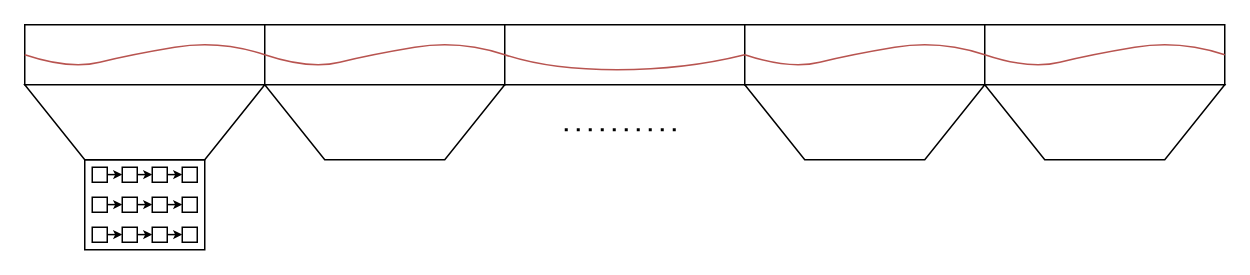
hzb29/hzb29 keeps this draw.io diagram as Causal.drawio. Above is the earlier version. Source tidied: cells renumbered, new cells numbered last; positions are measured from the earlier drawing's top-left corner, leaving out a move shared by most shapes. Both pictures are drawn from the tidied source at 150%, with x=0, y=0 at pixel (24, 24).
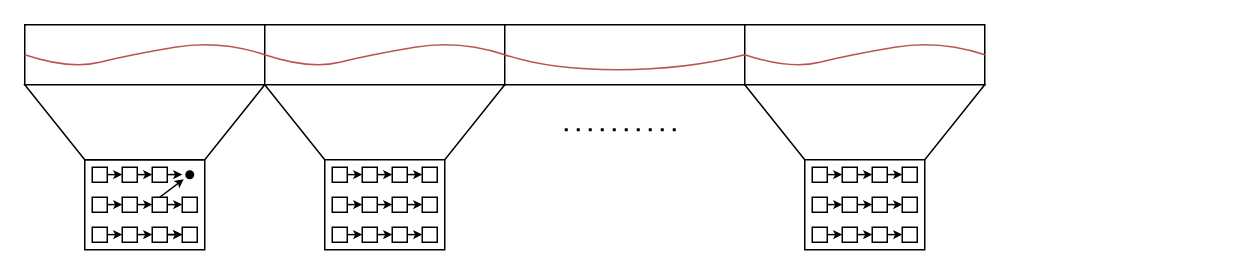
The same page after the edit.

Unchanged cells that the change refers to:
```xml
<mxCell id="24" style="rounded=0;whiteSpace=wrap;html=1;" parent="1" vertex="1">
  <mxGeometry x="85" y="115" width="10" height="10" as="geometry" />
</mxCell>
```

Change to the diagram source:
```diff
@@
-    <mxCell id="6" style="rounded=0;whiteSpace=wrap;html=1;" parent="1" vertex="1">
-      <mxGeometry x="640" width="160" height="40" as="geometry" />
-    </mxCell>
@@
-    <mxCell id="11" style="curved=1;endArrow=none;html=1;rounded=0;startFill=0;entryX=0;entryY=0.5;entryDx=0;entryDy=0;fillColor=#f8cecc;strokeColor=#b85450;" parent="1" edge="1">
-      <mxGeometry relative="1" as="geometry">
-        <mxPoint x="640" y="20" as="sourcePoint" />
-        <mxPoint x="800" y="20" as="targetPoint" />
-        <Array as="points">
-          <mxPoint x="670" y="30" />
-          <mxPoint x="710" y="20" />
-          <mxPoint x="770" y="10" />
-        </Array>
-      </mxGeometry>
-    </mxCell>
@@
-    <mxCell id="16" style="shape=trapezoid;perimeter=trapezoidPerimeter;whiteSpace=wrap;html=1;fixedSize=1;rotation=-180;size=40;" parent="1" vertex="1">
-      <mxGeometry x="640" y="40" width="160" height="50" as="geometry" />
-    </mxCell>
@@
-    <mxCell id="21" style="rounded=0;whiteSpace=wrap;html=1;" parent="1" vertex="1">
-      <mxGeometry x="105" y="95" width="10" height="10" as="geometry" />
-    </mxCell>
@@
+    <mxCell id="39" style="rounded=0;whiteSpace=wrap;html=1;" parent="1" vertex="1">
+      <mxGeometry x="200" y="90" width="80" height="60" as="geometry" />
+    </mxCell>
+    <mxCell id="40" style="rounded=0;whiteSpace=wrap;html=1;" parent="1" vertex="1">
+      <mxGeometry x="205" y="95" width="10" height="10" as="geometry" />
+    </mxCell>
+    <mxCell id="41" style="rounded=0;whiteSpace=wrap;html=1;" parent="1" vertex="1">
+      <mxGeometry x="225" y="95" width="10" height="10" as="geometry" />
+    </mxCell>
+    <mxCell id="42" style="rounded=0;whiteSpace=wrap;html=1;" parent="1" vertex="1">
+      <mxGeometry x="245" y="95" width="10" height="10" as="geometry" />
+    </mxCell>
+    <mxCell id="43" style="rounded=0;whiteSpace=wrap;html=1;" parent="1" vertex="1">
+      <mxGeometry x="265" y="95" width="10" height="10" as="geometry" />
+    </mxCell>
+    <mxCell id="44" style="rounded=0;whiteSpace=wrap;html=1;" parent="1" vertex="1">
+      <mxGeometry x="205" y="115" width="10" height="10" as="geometry" />
+    </mxCell>
+    <mxCell id="45" style="rounded=0;whiteSpace=wrap;html=1;" parent="1" vertex="1">
+      <mxGeometry x="225" y="115" width="10" height="10" as="geometry" />
+    </mxCell>
+    <mxCell id="46" style="rounded=0;whiteSpace=wrap;html=1;" parent="1" vertex="1">
+      <mxGeometry x="245" y="115" width="10" height="10" as="geometry" />
+    </mxCell>
+    <mxCell id="47" style="rounded=0;whiteSpace=wrap;html=1;" parent="1" vertex="1">
+      <mxGeometry x="265" y="115" width="10" height="10" as="geometry" />
+    </mxCell>
+    <mxCell id="48" style="rounded=0;whiteSpace=wrap;html=1;" parent="1" vertex="1">
+      <mxGeometry x="205" y="135" width="10" height="10" as="geometry" />
+    </mxCell>
+    <mxCell id="49" style="rounded=0;whiteSpace=wrap;html=1;" parent="1" vertex="1">
+      <mxGeometry x="225" y="135" width="10" height="10" as="geometry" />
+    </mxCell>
+    <mxCell id="50" style="rounded=0;whiteSpace=wrap;html=1;" parent="1" vertex="1">
+      <mxGeometry x="245" y="135" width="10" height="10" as="geometry" />
+    </mxCell>
+    <mxCell id="51" style="rounded=0;whiteSpace=wrap;html=1;" parent="1" vertex="1">
+      <mxGeometry x="265" y="135" width="10" height="10" as="geometry" />
+    </mxCell>
+    <mxCell id="52" style="endArrow=classic;html=1;rounded=0;endSize=3;startSize=3;" parent="1" edge="1">
+      <mxGeometry relative="1" as="geometry">
+        <mxPoint x="255" y="119.9" as="sourcePoint" />
+        <mxPoint x="265" y="119.9" as="targetPoint" />
+      </mxGeometry>
+    </mxCell>
+    <mxCell id="53" style="endArrow=classic;html=1;rounded=0;endSize=3;startSize=3;" parent="1" edge="1">
+      <mxGeometry relative="1" as="geometry">
+        <mxPoint x="255" y="99.9" as="sourcePoint" />
+        <mxPoint x="265" y="99.9" as="targetPoint" />
+      </mxGeometry>
+    </mxCell>
+    <mxCell id="54" style="endArrow=classic;html=1;rounded=0;endSize=3;startSize=3;" parent="1" edge="1">
+      <mxGeometry relative="1" as="geometry">
+        <mxPoint x="255" y="139.9" as="sourcePoint" />
+        <mxPoint x="265" y="139.9" as="targetPoint" />
+      </mxGeometry>
+    </mxCell>
+    <mxCell id="55" style="endArrow=classic;html=1;rounded=0;endSize=3;startSize=3;" parent="1" edge="1">
+      <mxGeometry relative="1" as="geometry">
+        <mxPoint x="235" y="119.9" as="sourcePoint" />
+        <mxPoint x="245" y="119.9" as="targetPoint" />
+      </mxGeometry>
+    </mxCell>
+    <mxCell id="56" style="endArrow=classic;html=1;rounded=0;endSize=3;startSize=3;" parent="1" edge="1">
+      <mxGeometry relative="1" as="geometry">
+        <mxPoint x="235" y="99.9" as="sourcePoint" />
+        <mxPoint x="245" y="99.9" as="targetPoint" />
+      </mxGeometry>
+    </mxCell>
+    <mxCell id="57" style="endArrow=classic;html=1;rounded=0;endSize=3;startSize=3;" parent="1" edge="1">
+      <mxGeometry relative="1" as="geometry">
+        <mxPoint x="215" y="99.9" as="sourcePoint" />
+        <mxPoint x="225" y="99.9" as="targetPoint" />
+      </mxGeometry>
+    </mxCell>
+    <mxCell id="58" style="endArrow=classic;html=1;rounded=0;endSize=3;startSize=3;" parent="1" edge="1">
+      <mxGeometry relative="1" as="geometry">
+        <mxPoint x="215" y="119.9" as="sourcePoint" />
+        <mxPoint x="225" y="119.9" as="targetPoint" />
+      </mxGeometry>
+    </mxCell>
+    <mxCell id="59" style="endArrow=classic;html=1;rounded=0;endSize=3;startSize=3;" parent="1" edge="1">
+      <mxGeometry relative="1" as="geometry">
+        <mxPoint x="235" y="139.9" as="sourcePoint" />
+        <mxPoint x="245" y="139.9" as="targetPoint" />
+      </mxGeometry>
+    </mxCell>
+    <mxCell id="60" style="endArrow=classic;html=1;rounded=0;endSize=3;startSize=3;" parent="1" edge="1">
+      <mxGeometry relative="1" as="geometry">
+        <mxPoint x="215" y="139.9" as="sourcePoint" />
+        <mxPoint x="225" y="139.9" as="targetPoint" />
+      </mxGeometry>
+    </mxCell>
+    <mxCell id="61" style="rounded=0;whiteSpace=wrap;html=1;" parent="1" vertex="1">
+      <mxGeometry x="520" y="90" width="80" height="60" as="geometry" />
+    </mxCell>
+    <mxCell id="62" style="rounded=0;whiteSpace=wrap;html=1;" parent="1" vertex="1">
+      <mxGeometry x="525" y="95" width="10" height="10" as="geometry" />
+    </mxCell>
+    <mxCell id="63" style="rounded=0;whiteSpace=wrap;html=1;" parent="1" vertex="1">
+      <mxGeometry x="545" y="95" width="10" height="10" as="geometry" />
+    </mxCell>
+    <mxCell id="64" style="rounded=0;whiteSpace=wrap;html=1;" parent="1" vertex="1">
+      <mxGeometry x="565" y="95" width="10" height="10" as="geometry" />
+    </mxCell>
+    <mxCell id="65" style="rounded=0;whiteSpace=wrap;html=1;" parent="1" vertex="1">
+      <mxGeometry x="585" y="95" width="10" height="10" as="geometry" />
+    </mxCell>
+    <mxCell id="66" style="rounded=0;whiteSpace=wrap;html=1;" parent="1" vertex="1">
+      <mxGeometry x="525" y="115" width="10" height="10" as="geometry" />
+    </mxCell>
+    <mxCell id="67" style="rounded=0;whiteSpace=wrap;html=1;" parent="1" vertex="1">
+      <mxGeometry x="545" y="115" width="10" height="10" as="geometry" />
+    </mxCell>
+    <mxCell id="68" style="rounded=0;whiteSpace=wrap;html=1;" parent="1" vertex="1">
+      <mxGeometry x="565" y="115" width="10" height="10" as="geometry" />
+    </mxCell>
+    <mxCell id="69" style="rounded=0;whiteSpace=wrap;html=1;" parent="1" vertex="1">
+      <mxGeometry x="585" y="115" width="10" height="10" as="geometry" />
+    </mxCell>
+    <mxCell id="70" style="rounded=0;whiteSpace=wrap;html=1;" parent="1" vertex="1">
+      <mxGeometry x="525" y="135" width="10" height="10" as="geometry" />
+    </mxCell>
+    <mxCell id="71" style="rounded=0;whiteSpace=wrap;html=1;" parent="1" vertex="1">
+      <mxGeometry x="545" y="135" width="10" height="10" as="geometry" />
+    </mxCell>
+    <mxCell id="72" style="rounded=0;whiteSpace=wrap;html=1;" parent="1" vertex="1">
+      <mxGeometry x="565" y="135" width="10" height="10" as="geometry" />
+    </mxCell>
+    <mxCell id="73" style="rounded=0;whiteSpace=wrap;html=1;" parent="1" vertex="1">
+      <mxGeometry x="585" y="135" width="10" height="10" as="geometry" />
+    </mxCell>
+    <mxCell id="74" style="endArrow=classic;html=1;rounded=0;endSize=3;startSize=3;" parent="1" edge="1">
+      <mxGeometry relative="1" as="geometry">
+        <mxPoint x="575" y="119.9" as="sourcePoint" />
+        <mxPoint x="585" y="119.9" as="targetPoint" />
+      </mxGeometry>
+    </mxCell>
+    <mxCell id="75" style="endArrow=classic;html=1;rounded=0;endSize=3;startSize=3;" parent="1" edge="1">
+      <mxGeometry relative="1" as="geometry">
+        <mxPoint x="575" y="99.9" as="sourcePoint" />
+        <mxPoint x="585" y="99.9" as="targetPoint" />
+      </mxGeometry>
+    </mxCell>
+    <mxCell id="76" style="endArrow=classic;html=1;rounded=0;endSize=3;startSize=3;" parent="1" edge="1">
+      <mxGeometry relative="1" as="geometry">
+        <mxPoint x="575" y="139.9" as="sourcePoint" />
+        <mxPoint x="585" y="139.9" as="targetPoint" />
+      </mxGeometry>
+    </mxCell>
+    <mxCell id="77" style="endArrow=classic;html=1;rounded=0;endSize=3;startSize=3;" parent="1" edge="1">
+      <mxGeometry relative="1" as="geometry">
+        <mxPoint x="555" y="119.9" as="sourcePoint" />
+        <mxPoint x="565" y="119.9" as="targetPoint" />
+      </mxGeometry>
+    </mxCell>
+    <mxCell id="78" style="endArrow=classic;html=1;rounded=0;endSize=3;startSize=3;" parent="1" edge="1">
+      <mxGeometry relative="1" as="geometry">
+        <mxPoint x="555" y="99.9" as="sourcePoint" />
+        <mxPoint x="565" y="99.9" as="targetPoint" />
+      </mxGeometry>
+    </mxCell>
+    <mxCell id="79" style="endArrow=classic;html=1;rounded=0;endSize=3;startSize=3;" parent="1" edge="1">
+      <mxGeometry relative="1" as="geometry">
+        <mxPoint x="535" y="99.9" as="sourcePoint" />
+        <mxPoint x="545" y="99.9" as="targetPoint" />
+      </mxGeometry>
+    </mxCell>
+    <mxCell id="80" style="endArrow=classic;html=1;rounded=0;endSize=3;startSize=3;" parent="1" edge="1">
+      <mxGeometry relative="1" as="geometry">
+        <mxPoint x="535" y="119.9" as="sourcePoint" />
+        <mxPoint x="545" y="119.9" as="targetPoint" />
+      </mxGeometry>
+    </mxCell>
+    <mxCell id="81" style="endArrow=classic;html=1;rounded=0;endSize=3;startSize=3;" parent="1" edge="1">
+      <mxGeometry relative="1" as="geometry">
+        <mxPoint x="555" y="139.9" as="sourcePoint" />
+        <mxPoint x="565" y="139.9" as="targetPoint" />
+      </mxGeometry>
+    </mxCell>
+    <mxCell id="82" style="endArrow=classic;html=1;rounded=0;endSize=3;startSize=3;" parent="1" edge="1">
+      <mxGeometry relative="1" as="geometry">
+        <mxPoint x="535" y="139.9" as="sourcePoint" />
+        <mxPoint x="545" y="139.9" as="targetPoint" />
+      </mxGeometry>
+    </mxCell>
+    <mxCell id="83" style="endArrow=classic;html=1;rounded=0;endSize=3;startSize=3;" parent="1" edge="1">
+      <mxGeometry relative="1" as="geometry">
+        <mxPoint x="95" y="139.9" as="sourcePoint" />
+        <mxPoint x="105" y="139.9" as="targetPoint" />
+      </mxGeometry>
+    </mxCell>
+    <mxCell id="84" style="endArrow=classic;html=1;rounded=0;endSize=3;startSize=3;exitX=0.5;exitY=0;exitDx=0;exitDy=0;" parent="1" edge="1" source="24">
+      <mxGeometry relative="1" as="geometry">
+        <mxPoint x="106" y="103" as="targetPoint" />
+      </mxGeometry>
+    </mxCell>
+    <mxCell id="85" style="shape=waypoint;sketch=0;size=6;fillColor=none;perimeter=centerPerimeter;" parent="1" vertex="1">
+      <mxGeometry x="100" y="90" width="20" height="20" as="geometry" />
+    </mxCell>
```
